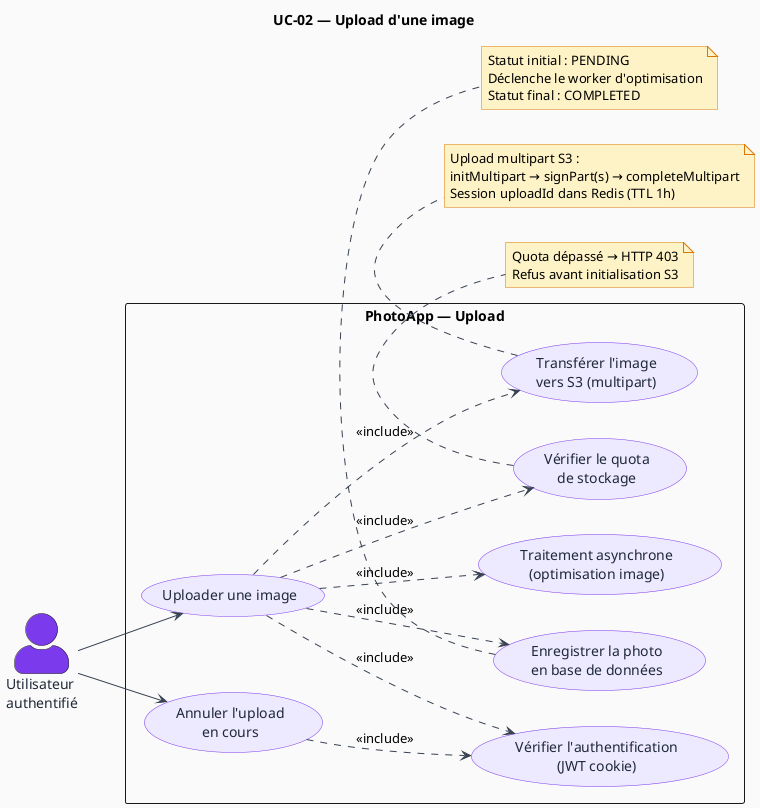
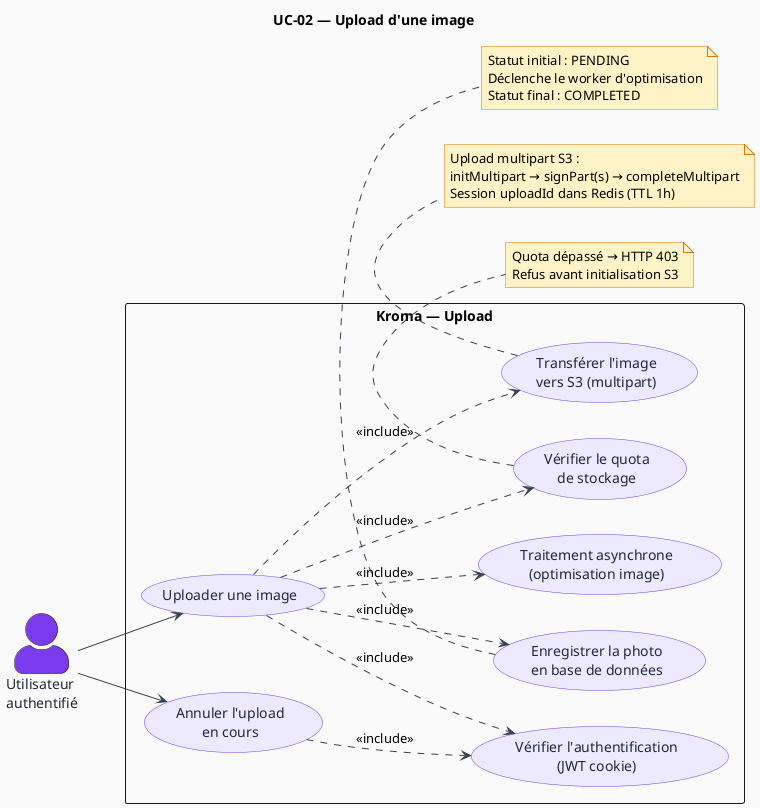
@startuml UC-02 — Upload d'une image

title UC-02 — Upload d'une image

left to right direction

skinparam actorStyle awesome
skinparam backgroundColor #FAFAFA
skinparam usecase {
  BackgroundColor #EDE9FE
  BorderColor #7C3AED
  FontColor #1F2937
}
skinparam actor {
  BackgroundColor #7C3AED
  FontColor #1F2937
}
skinparam arrow {
  Color #374151
}
skinparam note {
  BackgroundColor #FEF3C7
  BorderColor #D97706
}

actor "Utilisateur\nauthentifié" as User

- rectangle "PhotoApp — Upload" {
+ rectangle "Kroma — Upload" {

  usecase "Uploader une image" as UC_Upload
  usecase "Annuler l'upload\nen cours" as UC_Abort

  usecase "Vérifier l'authentification\n(JWT cookie)" as UC_Auth
  usecase "Vérifier le quota\nde stockage" as UC_CheckQuota
  usecase "Transférer l'image\nvers S3 (multipart)" as UC_Transfer
  usecase "Enregistrer la photo\nen base de données" as UC_Register
  usecase "Traitement asynchrone\n(optimisation image)" as UC_Process

}

User --> UC_Upload
User --> UC_Abort

UC_Upload ..> UC_Auth        : <<include>>
UC_Upload ..> UC_CheckQuota  : <<include>>
UC_Upload ..> UC_Transfer    : <<include>>
UC_Upload ..> UC_Register    : <<include>>
UC_Upload ..> UC_Process     : <<include>>

UC_Abort  ..> UC_Auth        : <<include>>

note bottom of UC_CheckQuota
  Quota dépassé → HTTP 403
  Refus avant initialisation S3
end note

note bottom of UC_Transfer
  Upload multipart S3 :
  initMultipart → signPart(s) → completeMultipart
  Session uploadId dans Redis (TTL 1h)
end note

note bottom of UC_Register
  Statut initial : PENDING
  Déclenche le worker d'optimisation
  Statut final : COMPLETED
end note

@enduml
